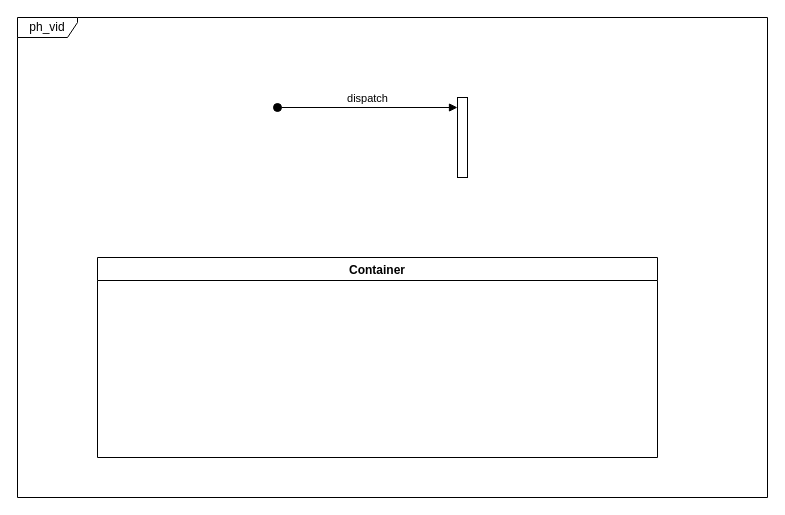
Earlier version of the draw.io diagram page "ph_vid_loop" (2 of 3) of state_machine.drawio (sownthunder/sownthunder.github.io). Source tidied: cells renumbered, new cells numbered last; positions are measured from the earlier drawing's top-left corner, leaving out a move shared by most shapes. Both pictures are drawn from the tidied source at 100%, with x=0, y=0 at pixel (17, 17).
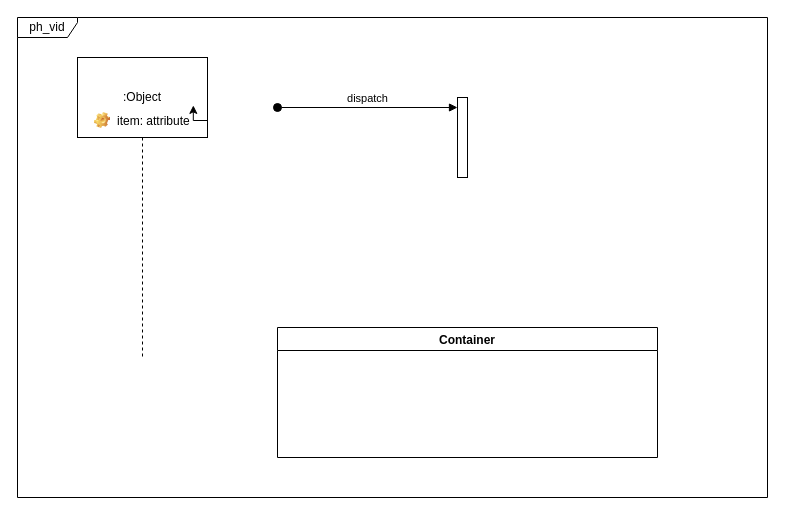
The same page after the edit.

The edit, as a diff of the source:
```diff
@@
 <mxGraphModel>
   <root>
     <mxCell id="0" />
     <mxCell id="1" parent="0" />
     <mxCell id="2" value="ph_vid" style="shape=umlFrame;whiteSpace=wrap;html=1;width=60;height=20;" parent="1" vertex="1">
       <mxGeometry width="750" height="480" as="geometry" />
     </mxCell>
     <mxCell id="3" style="html=1;points=[];perimeter=orthogonalPerimeter;" parent="1" vertex="1">
       <mxGeometry x="440" y="80" width="10" height="80" as="geometry" />
     </mxCell>
     <mxCell id="4" value="dispatch" style="html=1;verticalAlign=bottom;startArrow=oval;endArrow=block;startSize=8;" parent="1" edge="1" target="3">
       <mxGeometry relative="1" as="geometry">
         <mxPoint x="260" y="90" as="sourcePoint" />
       </mxGeometry>
     </mxCell>
     <mxCell id="5" value="Container" style="swimlane;" parent="1" vertex="1">
-      <mxGeometry x="80" y="240" width="560" height="200" as="geometry" />
+      <mxGeometry x="260" y="310" width="380" height="130" as="geometry" />
     </mxCell>
+    <mxCell id="6" value=":Object" style="shape=umlLifeline;perimeter=lifelinePerimeter;whiteSpace=wrap;html=1;size=80;" parent="1" vertex="1">
+      <mxGeometry x="60" y="40" width="130" height="300" as="geometry" />
+    </mxCell>
+    <mxCell id="7" value="item: attribute" style="label;fontStyle=0;strokeColor=none;fillColor=none;align=left;verticalAlign=top;overflow=hidden;spacingLeft=28;spacingRight=4;points=[[0,0.5],[1,0.5]];portConstraint=eastwest;imageWidth=16;imageHeight=16;image=img/clipart/Gear_128x128.png;" parent="6" vertex="1">
+      <mxGeometry x="10" y="50" width="120" height="26" as="geometry" />
+    </mxCell>
+    <mxCell id="8" style="edgeStyle=orthogonalEdgeStyle;rounded=0;orthogonalLoop=1;jettySize=auto;html=1;exitX=1;exitY=0.5;exitDx=0;exitDy=0;entryX=0.882;entryY=-0.08;entryDx=0;entryDy=0;entryPerimeter=0;" parent="6" edge="1" source="7" target="7">
+      <mxGeometry relative="1" as="geometry">
+        <Array as="points">
+          <mxPoint x="116" y="63" />
+        </Array>
+      </mxGeometry>
+    </mxCell>
   </root>
 </mxGraphModel>
```
